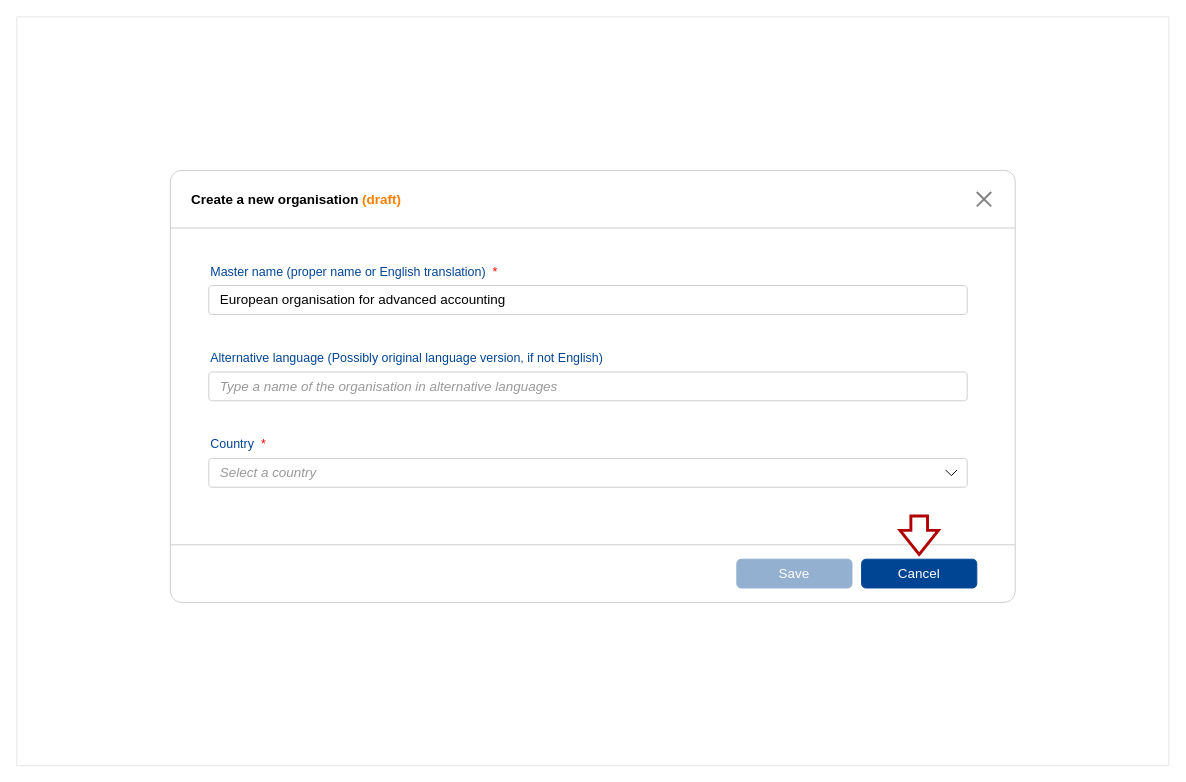
Above: page "Page-Affiliation_org_create" (6 of 25) of test_corporate_contributors_ver_4.drawio in RyszardBudzinski/PUBSY_mockups (draw.io), before the change. Source tidied: cells renumbered, new cells numbered last; positions are measured from the earlier drawing's top-left corner, leaving out a move shared by most shapes. Both pictures are drawn from the tidied source at 96%, with x=0, y=0 at pixel (16, 16).
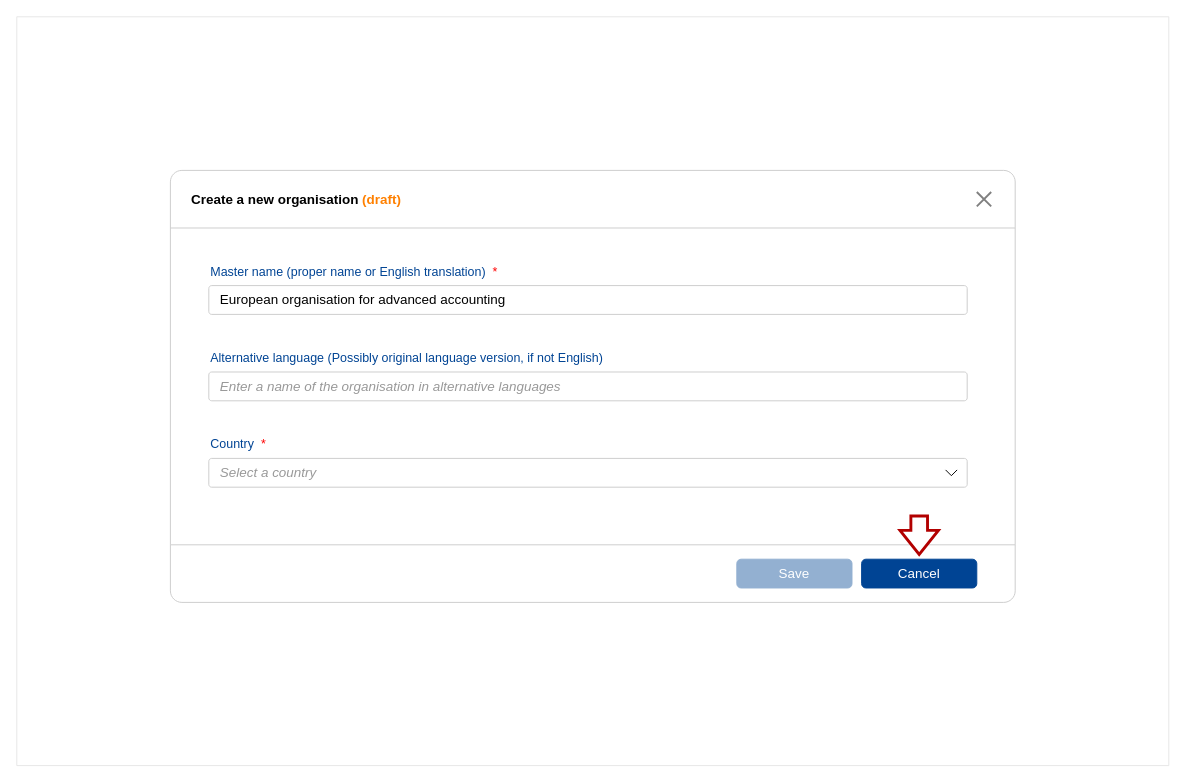
The same diagram, later.

What changed in the source:
```diff
@@
 <mxGraphModel>
   <root>
     <mxCell id="0" />
     <mxCell id="1" parent="0" />
     <mxCell id="2" style="verticalLabelPosition=bottom;verticalAlign=top;html=1;shape=mxgraph.basic.rect;fillColor2=none;strokeWidth=1;size=20;indent=5;top=1;right=1;bottom=1;left=1;fillColor=none;strokeColor=light-dark(#E6E6E6,#E6E6E6);rectStyle=square;absoluteCornerSize=0;" parent="1" vertex="1">
       <mxGeometry width="1200" height="780" as="geometry" />
     </mxCell>
     <mxCell id="3" style="verticalLabelPosition=bottom;verticalAlign=top;html=1;shape=mxgraph.basic.rect;fillColor2=none;strokeWidth=1;size=20;indent=5;top=1;right=1;bottom=0;left=1;fillColor=default;strokeColor=#CCCCCC;rectStyle=rounded;absoluteCornerSize=0;" parent="1" vertex="1">
       <mxGeometry x="160" y="160" width="880" height="60" as="geometry" />
     </mxCell>
     <mxCell id="4" style="verticalLabelPosition=bottom;verticalAlign=top;html=1;shape=mxgraph.basic.rect;fillColor2=none;strokeWidth=1;size=20;indent=5;top=0;right=1;bottom=1;left=1;fillColor=default;strokeColor=#CCCCCC;rectStyle=rounded;absoluteCornerSize=0;" parent="1" vertex="1">
       <mxGeometry x="160" y="550" width="880" height="60" as="geometry" />
     </mxCell>
     <mxCell id="5" style="verticalLabelPosition=bottom;verticalAlign=top;html=1;shape=mxgraph.basic.rect;fillColor2=none;strokeWidth=1;size=20;indent=5;top=1;right=1;bottom=1;left=1;fillColor=default;strokeColor=#CCCCCC;rectStyle=square;absoluteCornerSize=0;" parent="1" vertex="1">
       <mxGeometry x="160" y="220" width="880" height="330" as="geometry" />
     </mxCell>
     <mxCell id="6" value="&lt;span style=&quot;color: rgb(0, 0, 0); font-style: normal;&quot;&gt;European organisation for advanced accounting&lt;/span&gt;" style="verticalLabelPosition=middle;verticalAlign=middle;html=1;shape=mxgraph.basic.rect;fillColor2=none;strokeWidth=1;size=10;indent=5;labelPosition=center;align=left;spacingLeft=10;fontSize=14;rectStyle=rounded;absoluteCornerSize=0;strokeColor=#CCCCCC;fontColor=#999999;fontStyle=2;" parent="1" vertex="1">
       <mxGeometry x="200" y="280" width="790" height="30" as="geometry" />
     </mxCell>
     <mxCell id="7" value="Cancel" style="rounded=1;whiteSpace=wrap;html=1;fillColor=#004494;fontColor=#ffffff;strokeColor=#004494;glass=0;fontSize=14;" parent="1" vertex="1">
       <mxGeometry x="880" y="565" width="120" height="30" as="geometry" />
     </mxCell>
     <mxCell id="8" value="Save" style="rounded=1;whiteSpace=wrap;html=1;fillColor=#93B0D1;fontColor=#ffffff;strokeColor=#93B0D1;glass=0;fontSize=14;" parent="1" vertex="1">
       <mxGeometry x="750" y="565" width="120" height="30" as="geometry" />
     </mxCell>
     <mxCell id="9" value="Create a new organisation&amp;nbsp;&lt;font style=&quot;color: rgb(255, 128, 0);&quot;&gt;(draft)&lt;/font&gt;" style="text;strokeColor=none;align=left;fillColor=none;html=1;verticalAlign=middle;whiteSpace=wrap;rounded=0;fontSize=14;fontStyle=1;" parent="1" vertex="1">
       <mxGeometry x="180" y="175" width="310" height="30" as="geometry" />
     </mxCell>
     <mxCell id="10" value="Master name (proper name or English translation)&amp;nbsp; &lt;font style=&quot;color: rgb(255, 0, 0);&quot;&gt;*&lt;/font&gt;" style="text;strokeColor=none;align=left;fillColor=none;html=1;verticalAlign=middle;whiteSpace=wrap;rounded=0;fontColor=#004494;fontStyle=0;fontSize=13;" parent="1" vertex="1">
       <mxGeometry x="200" y="250" width="500" height="30" as="geometry" />
     </mxCell>
-    <mxCell id="11" value="Type a name of the organisation in alternative languages" style="verticalLabelPosition=middle;verticalAlign=middle;html=1;shape=mxgraph.basic.rect;fillColor2=none;strokeWidth=1;size=10;indent=5;labelPosition=center;align=left;spacingLeft=10;fontSize=14;rectStyle=rounded;absoluteCornerSize=0;strokeColor=#CCCCCC;fillColor=#FFFFFF;fontColor=#999999;fontStyle=2;" parent="1" vertex="1">
+    <mxCell id="11" value="Enter a name of the organisation in alternative languages" style="verticalLabelPosition=middle;verticalAlign=middle;html=1;shape=mxgraph.basic.rect;fillColor2=none;strokeWidth=1;size=10;indent=5;labelPosition=center;align=left;spacingLeft=10;fontSize=14;rectStyle=rounded;absoluteCornerSize=0;strokeColor=#CCCCCC;fillColor=#FFFFFF;fontColor=#999999;fontStyle=2;" parent="1" vertex="1">
       <mxGeometry x="200" y="370" width="790" height="30" as="geometry" />
     </mxCell>
     <mxCell id="12" value="Alternative language (Possibly original language version, if not English)" style="text;strokeColor=none;align=left;fillColor=none;html=1;verticalAlign=middle;whiteSpace=wrap;rounded=0;fontColor=#004494;fontStyle=0;fontSize=13;" parent="1" vertex="1">
       <mxGeometry x="200" y="340" width="500" height="30" as="geometry" />
     </mxCell>
     <mxCell id="13" value="Select a country" style="verticalLabelPosition=middle;verticalAlign=middle;html=1;shape=mxgraph.basic.rect;fillColor2=none;strokeWidth=1;size=10;indent=5;labelPosition=center;align=left;spacingLeft=10;fontSize=14;rectStyle=rounded;absoluteCornerSize=0;strokeColor=#CCCCCC;fillColor=#FFFFFF;fontColor=#999999;fontStyle=2;" parent="1" vertex="1">
       <mxGeometry x="200" y="460" width="790" height="30" as="geometry" />
     </mxCell>
     <mxCell id="14" style="html=1;verticalLabelPosition=bottom;labelBackgroundColor=#ffffff;verticalAlign=top;shadow=0;dashed=0;strokeWidth=1;shape=mxgraph.ios7.misc.down;strokeColor=light-dark(#000000,#000000);" parent="13" vertex="1">
       <mxGeometry x="767.5" y="12" width="12" height="6" as="geometry" />
     </mxCell>
     <mxCell id="15" value="Country&amp;nbsp; &lt;font style=&quot;color: rgb(255, 0, 0);&quot;&gt;*&lt;/font&gt;" style="text;strokeColor=none;align=left;fillColor=none;html=1;verticalAlign=middle;whiteSpace=wrap;rounded=0;fontColor=#004494;fontStyle=0;fontSize=13;" parent="1" vertex="1">
       <mxGeometry x="200" y="430" width="500" height="30" as="geometry" />
     </mxCell>
     <mxCell id="16" style="shape=umlDestroy;whiteSpace=wrap;html=1;strokeWidth=2;targetShapes=umlLifeline;fillColor=none;strokeColor=light-dark(#808080,#808080);" parent="1" vertex="1">
       <mxGeometry x="1000" y="182.5" width="15" height="15" as="geometry" />
     </mxCell>
     <mxCell id="17" style="shape=singleArrow;direction=south;whiteSpace=wrap;html=1;arrowWidth=0.43333333333333335;arrowSize=0.625;fillColor=default;strokeColor=#B20000;shadow=0;rotation=0;fontColor=#ffffff;strokeWidth=3;" parent="1" vertex="1">
       <mxGeometry x="920" y="520" width="40" height="40" as="geometry" />
     </mxCell>
   </root>
 </mxGraphModel>
```
